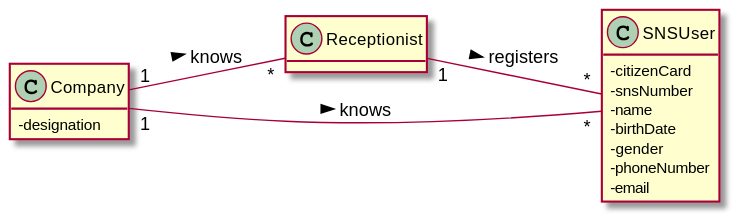
Above: docs/SprintB/US03/DM/US03_DM.svg in miseEnPlace-i/lapr2 (PlantUML), before the change.
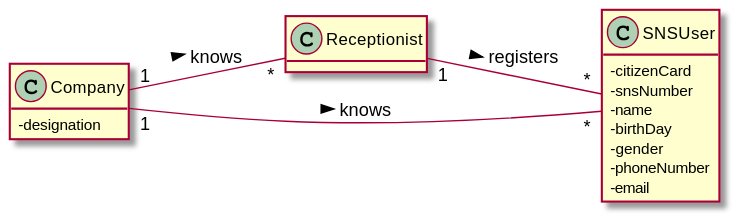
After the change.

Diff of the diagram source:
```diff
@@ -9,7 +9,7 @@
   - citizenCard
   - snsNumber
   - name
-  - birthDate
+  - birthDay
   - gender
   - phoneNumber
   - email
```
